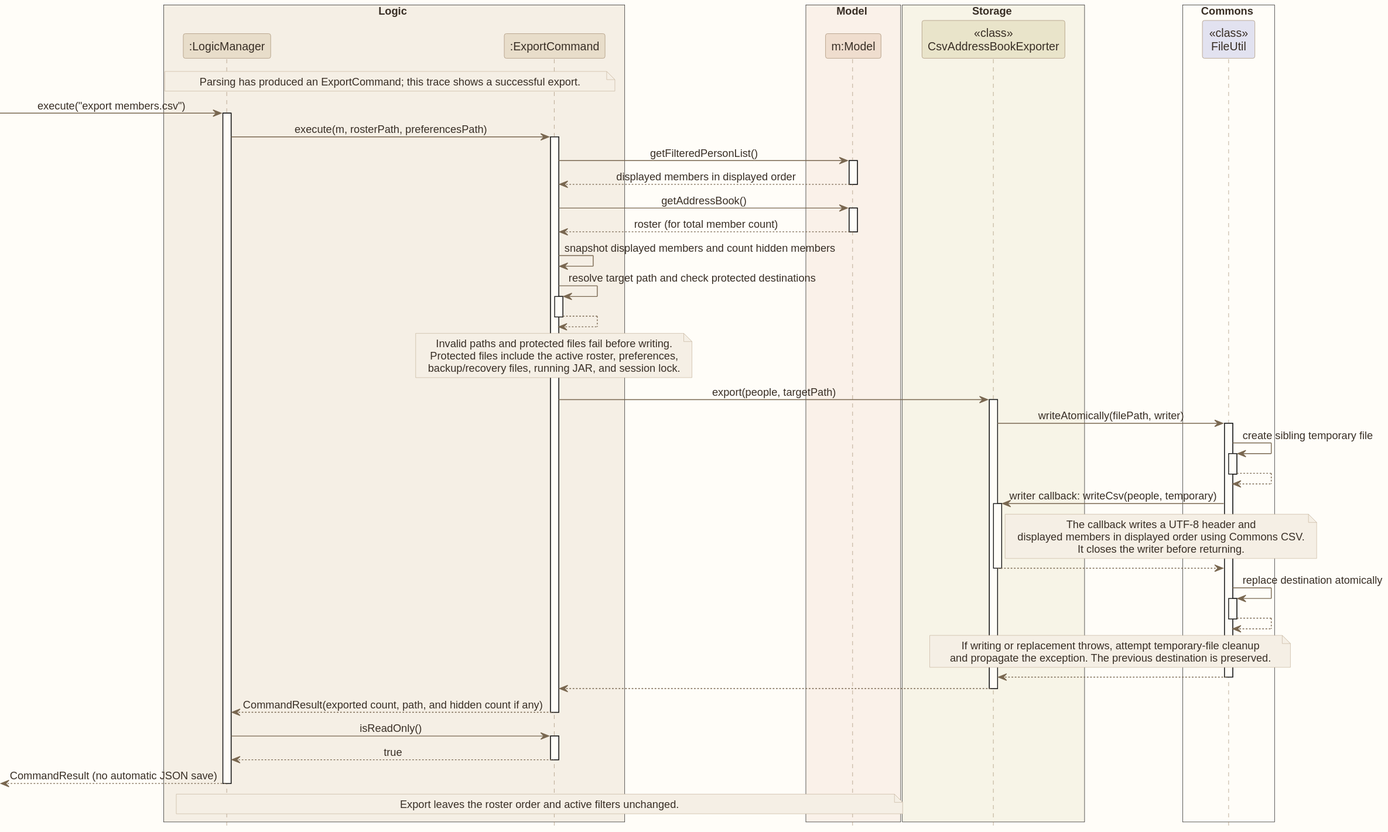
This is images/CsvExportSequenceDiagram.svg from AY2627S1-CS2103T-W12-1/tp, a PlantUML export, as it was before one commit.
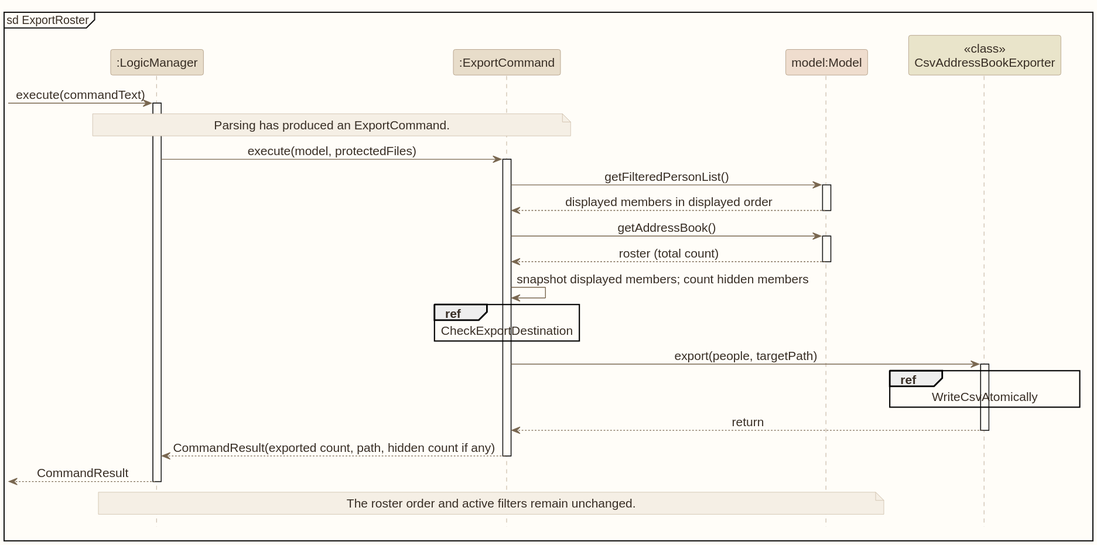
Above is the later version.

The edit, as a diff of the source:
```diff
@@ -1,25 +1,16 @@
 @startuml
 !include style.puml
 skinparam ArrowFontStyle plain
-
-box Logic LOGIC_COLOR_T1
+skinparam DefaultFontSize 15
+mainframe sd ExportRoster
 participant ":LogicManager" as Logic LOGIC_COLOR
 participant ":ExportCommand" as Command LOGIC_COLOR
-end box
-box Model MODEL_COLOR_T1
-participant "m:Model" as Model MODEL_COLOR
-end box
-box Storage STORAGE_COLOR_T1
+participant "model:Model" as Model MODEL_COLOR
 participant "<<class>>\nCsvAddressBookExporter" as Exporter STORAGE_COLOR
-end box
-box Commons #FFFDF8
-participant "<<class>>\nFileUtil" as FileUtil
-end box
-
-note over Logic, Command: Parsing has produced an ExportCommand; this trace shows a successful export.
-[-> Logic : execute("export members.csv")
+[-> Logic : execute(commandText)
 activate Logic
-Logic -> Command : execute(m, rosterPath, preferencesPath)
+note over Logic,Command : Parsing has produced an ExportCommand.
+Logic -> Command : execute(model, protectedFiles)
 activate Command
 Command -> Model : getFilteredPersonList()
 activate Model
@@ -27,54 +18,18 @@
 deactivate Model
 Command -> Model : getAddressBook()
 activate Model
-Model --> Command : roster (for total member count)
+Model --> Command : roster (total count)
 deactivate Model
-Command -> Command : snapshot displayed members and count hidden members
-Command -> Command : resolve target path and check protected destinations
-activate Command
-Command --> Command
-deactivate Command
-note over Command
-Invalid paths and protected files fail before writing.
-Protected files include the active roster, preferences,
-backup/recovery files, running JAR, and session lock.
-end note
+Command -> Command : snapshot displayed members; count hidden members
+ref over Command : CheckExportDestination
 Command -> Exporter : export(people, targetPath)
 activate Exporter
-Exporter -> FileUtil : writeAtomically(filePath, writer)
-activate FileUtil
-FileUtil -> FileUtil : create sibling temporary file
-activate FileUtil
-FileUtil --> FileUtil
-deactivate FileUtil
-FileUtil -> Exporter : writer callback: writeCsv(people, temporary)
-activate Exporter
-note right of Exporter
-The callback writes a UTF-8 header and
-displayed members in displayed order using Commons CSV.
-It closes the writer before returning.
-end note
-Exporter --> FileUtil
+ref over Exporter : WriteCsvAtomically
+Exporter --> Command : return
 deactivate Exporter
-FileUtil -> FileUtil : replace destination atomically
-activate FileUtil
-FileUtil --> FileUtil
-deactivate FileUtil
-note over Exporter, FileUtil
-If writing or replacement throws, attempt temporary-file cleanup
-and propagate the exception. The previous destination is preserved.
-end note
-FileUtil --> Exporter
-deactivate FileUtil
-Exporter --> Command
-deactivate Exporter
-Command --> Logic : CommandResult(exported count, path, and hidden count if any)
+Command --> Logic : CommandResult(exported count, path, hidden count if any)
 deactivate Command
-Logic -> Command : isReadOnly()
-activate Command
-Command --> Logic : true
-deactivate Command
-[<-- Logic : CommandResult (no automatic JSON save)
+Logic -->[ : CommandResult
 deactivate Logic
-note over Logic, Model: Export leaves the roster order and active filters unchanged.
+note over Logic,Model : The roster order and active filters remain unchanged.
 @enduml
```
